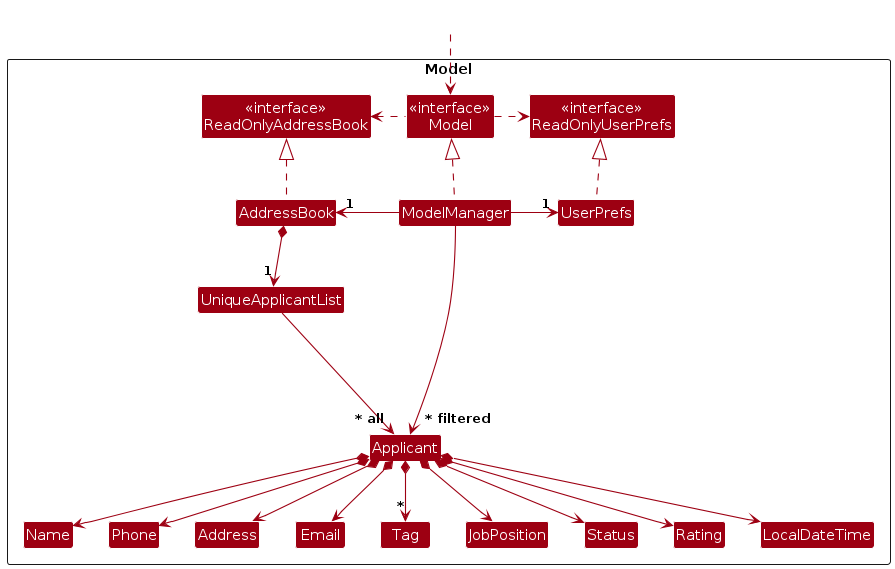
Above: diagrams/ModelClassDiagram.png in AY2425S2-CS2103T-W09-1/tp (PlantUML), before the change. Its source is kept beside it as diagrams/ModelClassDiagram.puml.
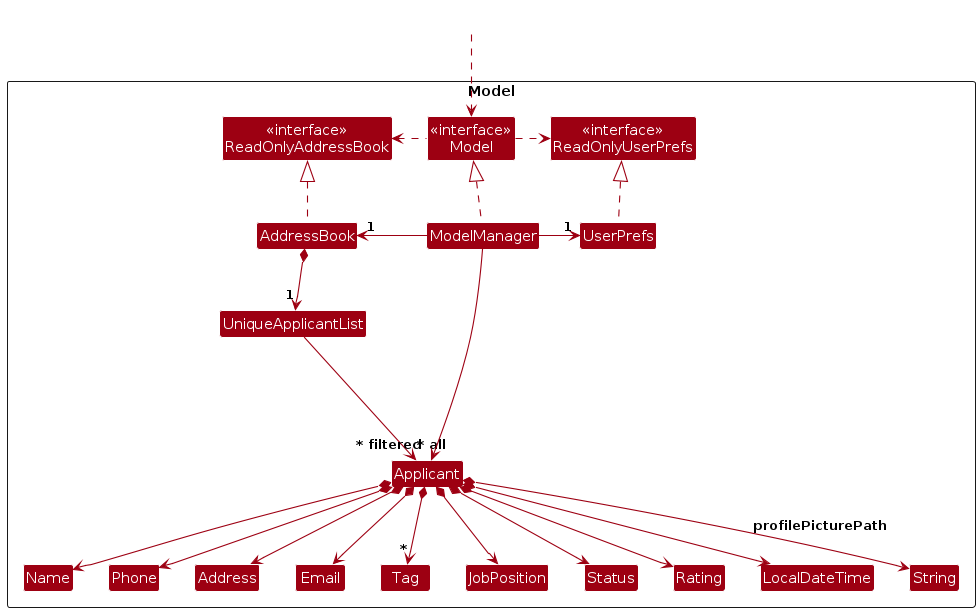
After the change.

What changed in the source:
```diff
@@ -23,6 +23,7 @@
 Class Status
 Class Rating
 Class LocalDateTime
+Class String
 
 Class I #FFFFFF
 }
@@ -50,6 +51,7 @@
 Applicant *--> Rating
 Applicant *--> "*" Tag
 Applicant *--> LocalDateTime
+Applicant *--> String: profilePicturePath
 
 Applicant -[hidden]up--> I
 UniqueApplicantList -[hidden]right-> I
```
